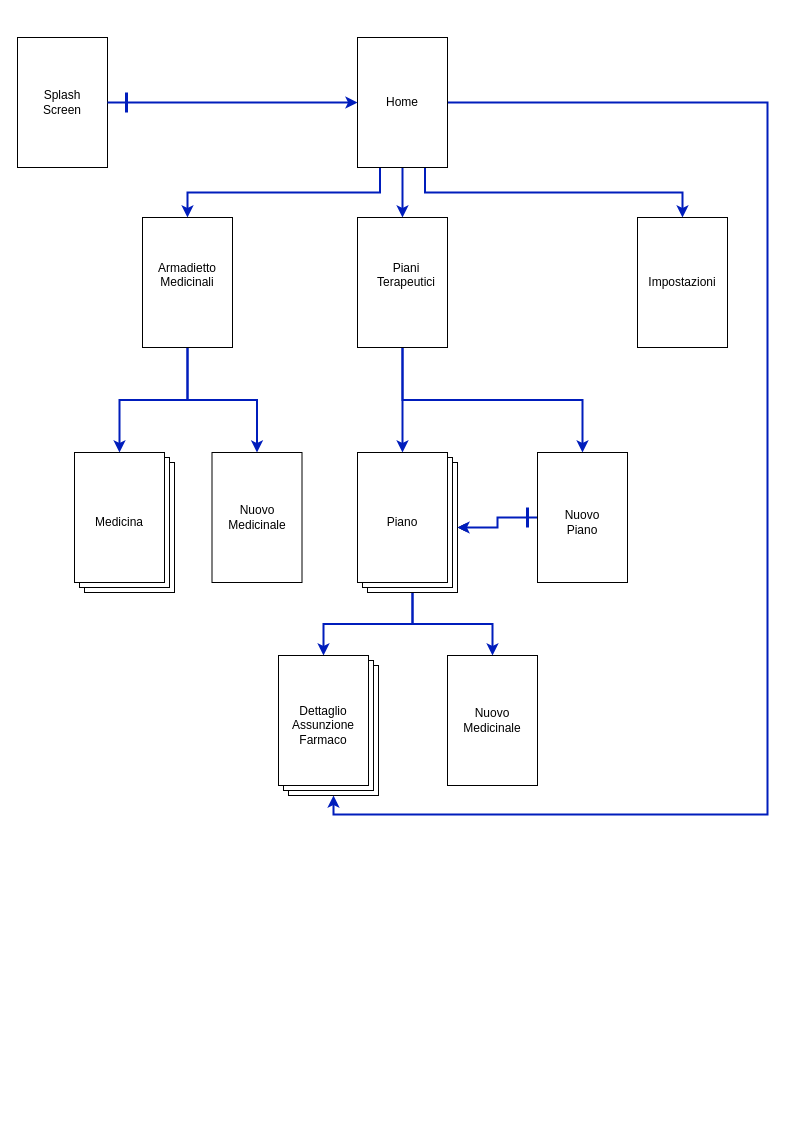
Earlier version of the draw.io diagram Documenti/draw.io Files/NavigationModel.drawio (MarcoOvidi/DailyPills). Source tidied: cells renumbered, new cells numbered last; positions are measured from the earlier drawing's top-left corner, leaving out a move shared by most shapes. Both pictures are drawn from the tidied source at 100%, with x=0, y=0 at pixel (17, 37).
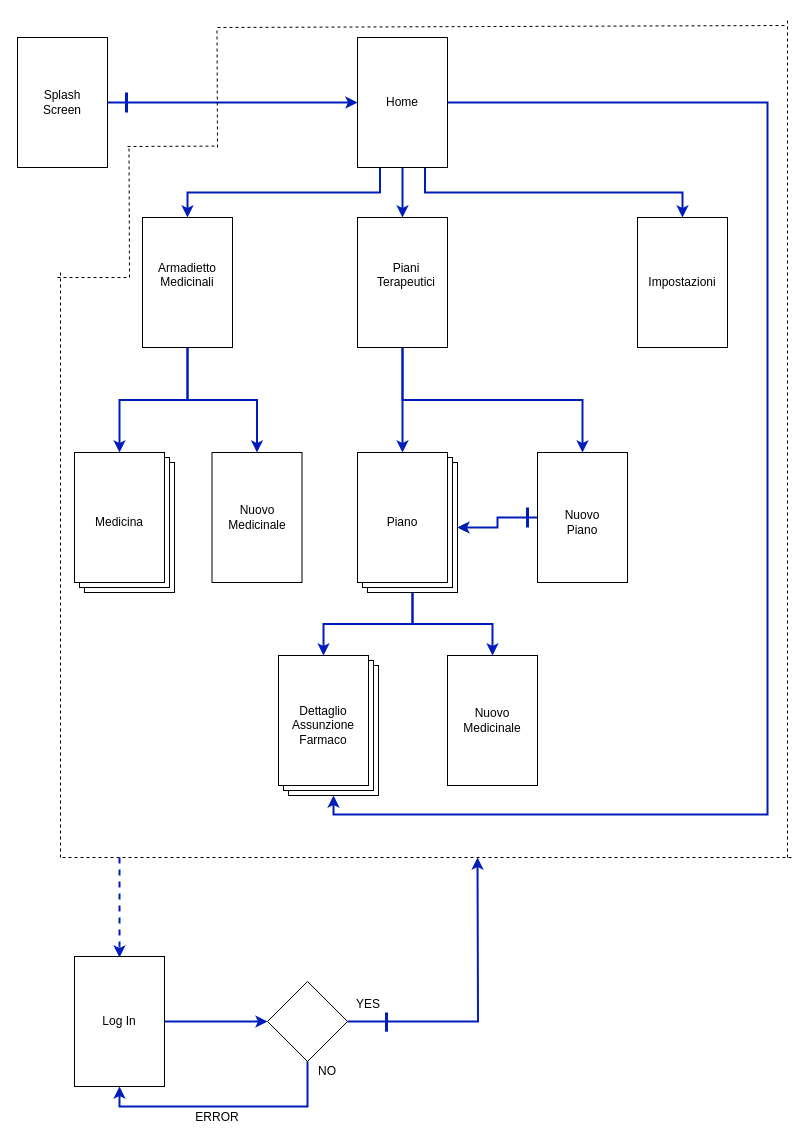
After the change.

Change to the diagram source:
```diff
@@
+    <mxCell id="45" style="endArrow=none;dashed=1;html=1;" parent="1" edge="1">
+      <mxGeometry relative="1" as="geometry">
+        <mxPoint x="43" y="820" as="sourcePoint" />
+        <mxPoint x="43" y="235" as="targetPoint" />
+      </mxGeometry>
+    </mxCell>
+    <mxCell id="46" style="endArrow=none;dashed=1;html=1;" parent="1" edge="1">
+      <mxGeometry relative="1" as="geometry">
+        <mxPoint x="770" y="820" as="sourcePoint" />
+        <mxPoint x="770" y="-20" as="targetPoint" />
+      </mxGeometry>
+    </mxCell>
+    <mxCell id="47" style="endArrow=none;dashed=1;html=1;" parent="1" edge="1">
+      <mxGeometry relative="1" as="geometry">
+        <mxPoint x="774" y="820" as="sourcePoint" />
+        <mxPoint x="44" y="820" as="targetPoint" />
+      </mxGeometry>
+    </mxCell>
+    <mxCell id="48" style="endArrow=none;dashed=1;html=1;" parent="1" edge="1">
+      <mxGeometry relative="1" as="geometry">
+        <mxPoint x="40" y="240" as="sourcePoint" />
+        <mxPoint x="110" y="240" as="targetPoint" />
+      </mxGeometry>
+    </mxCell>
+    <mxCell id="49" style="endArrow=none;dashed=1;html=1;" parent="1" edge="1">
+      <mxGeometry relative="1" as="geometry">
+        <mxPoint x="200" y="110" as="sourcePoint" />
+        <mxPoint x="199.5" y="-10" as="targetPoint" />
+      </mxGeometry>
+    </mxCell>
+    <mxCell id="50" style="endArrow=none;dashed=1;html=1;" parent="1" edge="1">
+      <mxGeometry relative="1" as="geometry">
+        <mxPoint x="200" y="-10" as="sourcePoint" />
+        <mxPoint x="770" y="-12" as="targetPoint" />
+      </mxGeometry>
+    </mxCell>
+    <mxCell id="51" style="endArrow=none;dashed=1;html=1;" parent="1" edge="1">
+      <mxGeometry relative="1" as="geometry">
+        <mxPoint x="110" y="109" as="sourcePoint" />
+        <mxPoint x="200" y="108.6" as="targetPoint" />
+      </mxGeometry>
+    </mxCell>
+    <mxCell id="52" style="endArrow=none;dashed=1;html=1;" parent="1" edge="1">
+      <mxGeometry relative="1" as="geometry">
+        <mxPoint x="112" y="240" as="sourcePoint" />
+        <mxPoint x="111.5" y="110" as="targetPoint" />
+      </mxGeometry>
+    </mxCell>
+    <mxCell id="53" style="edgeStyle=orthogonalEdgeStyle;rounded=0;jettySize=auto;html=1;entryX=0;entryY=0.5;entryDx=0;entryDy=0;strokeColor=#001DBC;strokeWidth=2;" parent="1" edge="1" source="54" target="59">
+      <mxGeometry relative="1" as="geometry" />
+    </mxCell>
+    <mxCell id="54" style="rounded=0;whiteSpace=wrap;html=1;" parent="1" vertex="1">
+      <mxGeometry x="57" y="919" width="90" height="130" as="geometry" />
+    </mxCell>
+    <mxCell id="55" value="&lt;div&gt;Log In&lt;/div&gt;" style="text;html=1;strokeColor=none;fillColor=none;align=center;verticalAlign=middle;whiteSpace=wrap;rounded=0;" parent="1" vertex="1">
+      <mxGeometry x="82" y="974" width="40" height="20" as="geometry" />
+    </mxCell>
+    <mxCell id="56" style="edgeStyle=orthogonalEdgeStyle;rounded=0;orthogonalLoop=1;jettySize=auto;html=1;strokeWidth=2;fillColor=#0050ef;strokeColor=#001DBC;dashed=1;" parent="1" edge="1">
+      <mxGeometry relative="1" as="geometry">
+        <mxPoint x="102" y="820" as="sourcePoint" />
+        <mxPoint x="102" y="920" as="targetPoint" />
+      </mxGeometry>
+    </mxCell>
+    <mxCell id="57" style="edgeStyle=orthogonalEdgeStyle;rounded=0;jettySize=auto;html=1;strokeWidth=2;strokeColor=#001DBC;" parent="1" edge="1" source="59">
+      <mxGeometry relative="1" as="geometry">
+        <mxPoint x="460" y="820" as="targetPoint" />
+      </mxGeometry>
+    </mxCell>
+    <mxCell id="58" style="edgeStyle=orthogonalEdgeStyle;rounded=0;jettySize=auto;html=1;exitX=0.5;exitY=1;exitDx=0;exitDy=0;entryX=0.5;entryY=1;entryDx=0;entryDy=0;strokeColor=#001DBC;strokeWidth=2;" parent="1" edge="1" source="59" target="54">
+      <mxGeometry relative="1" as="geometry" />
+    </mxCell>
+    <mxCell id="59" style="rhombus;whiteSpace=wrap;html=1;" parent="1" vertex="1">
+      <mxGeometry x="250" y="944" width="80" height="80" as="geometry" />
+    </mxCell>
+    <mxCell id="60" style="endArrow=none;html=1;fillColor=#0050ef;strokeColor=#001DBC;strokeWidth=3;" parent="1" edge="1">
+      <mxGeometry relative="1" as="geometry">
+        <mxPoint x="369" y="994.2" as="sourcePoint" />
+        <mxPoint x="369" y="975" as="targetPoint" />
+      </mxGeometry>
+    </mxCell>
+    <mxCell id="61" value="YES" style="text;html=1;strokeColor=none;fillColor=none;align=center;verticalAlign=middle;whiteSpace=wrap;rounded=0;" parent="1" vertex="1">
+      <mxGeometry x="331" y="957" width="40" height="20" as="geometry" />
+    </mxCell>
+    <mxCell id="62" value="ERROR" style="text;html=1;strokeColor=none;fillColor=none;align=center;verticalAlign=middle;whiteSpace=wrap;rounded=0;" parent="1" vertex="1">
+      <mxGeometry x="179.5" y="1070" width="40" height="20" as="geometry" />
+    </mxCell>
+    <mxCell id="63" value="&lt;div&gt;NO&lt;/div&gt;" style="text;html=1;strokeColor=none;fillColor=none;align=center;verticalAlign=middle;whiteSpace=wrap;rounded=0;" parent="1" vertex="1">
+      <mxGeometry x="290" y="1024" width="40" height="20" as="geometry" />
+    </mxCell>
```
